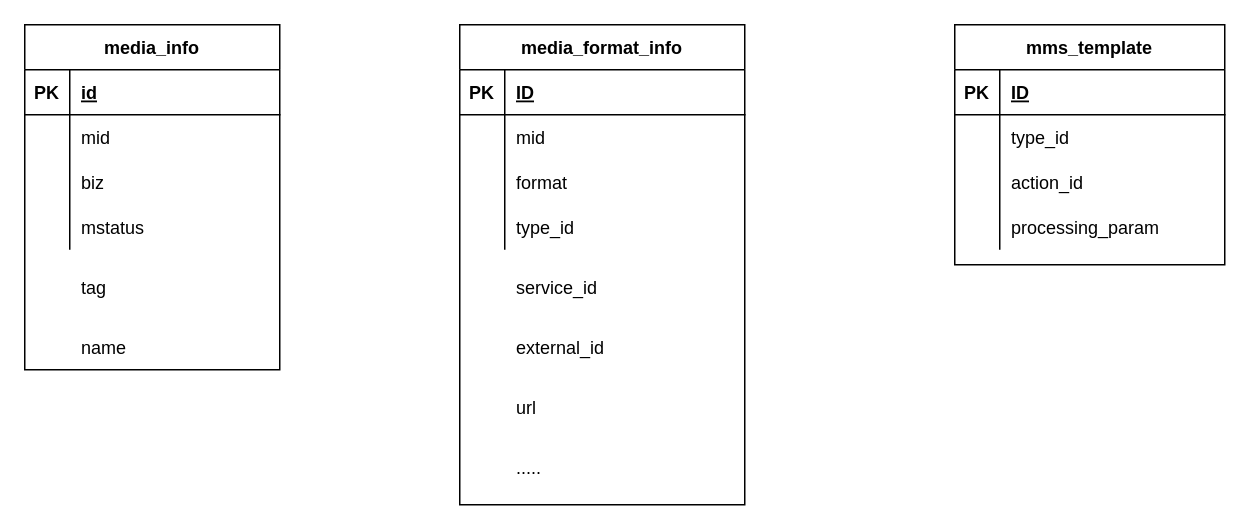
The draw.io diagram Untitled Diagram.drawio in Hpsyche/CRM, before the edit. Source tidied: cells renumbered, new cells numbered last; positions are measured from the earlier drawing's top-left corner, leaving out a move shared by most shapes. Both pictures are drawn from the tidied source at 150%, with x=0, y=0 at pixel (24, 24).
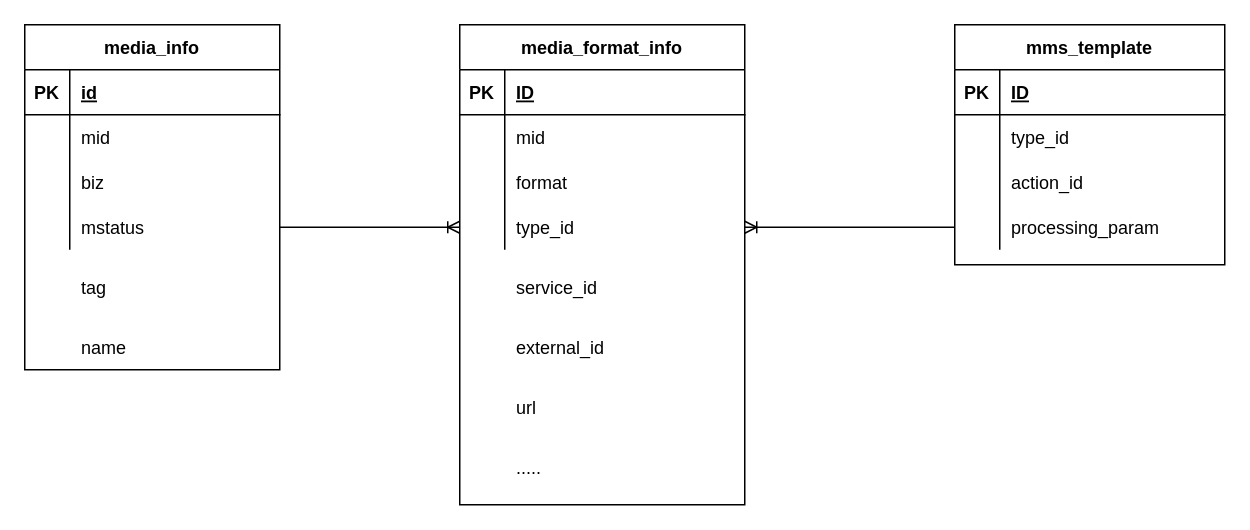
The same page after the edit.

The change refers to these unchanged cells:
```xml
<mxCell id="12" style="shape=partialRectangle;fillColor=none;top=0;left=0;bottom=0;right=0;points=[[0,0.5],[1,0.5]];portConstraint=eastwest;" parent="2" vertex="1">
  <mxGeometry y="120" width="180" height="30" as="geometry" />
</mxCell>
<mxCell id="25" style="shape=partialRectangle;fillColor=none;top=0;left=0;bottom=0;right=0;points=[[0,0.5],[1,0.5]];portConstraint=eastwest;" parent="15" vertex="1">
  <mxGeometry y="120" width="170" height="30" as="geometry" />
</mxCell>
<mxCell id="38" style="shape=partialRectangle;fillColor=none;top=0;left=0;bottom=0;right=0;points=[[0,0.5],[1,0.5]];portConstraint=eastwest;" parent="28" vertex="1">
  <mxGeometry y="120" width="190" height="30" as="geometry" />
</mxCell>
```

Change to the diagram source:
```diff
@@
+    <mxCell id="51" style="edgeStyle=orthogonalEdgeStyle;rounded=0;jettySize=auto;html=1;entryX=0;entryY=0.5;entryDx=0;entryDy=0;endArrow=ERoneToMany;endFill=0;" parent="1" edge="1" source="25" target="38">
+      <mxGeometry relative="1" as="geometry" />
+    </mxCell>
+    <mxCell id="52" style="edgeStyle=orthogonalEdgeStyle;rounded=0;jettySize=auto;html=1;endArrow=ERoneToMany;endFill=0;" parent="1" edge="1" source="12" target="38">
+      <mxGeometry relative="1" as="geometry" />
+    </mxCell>
```
